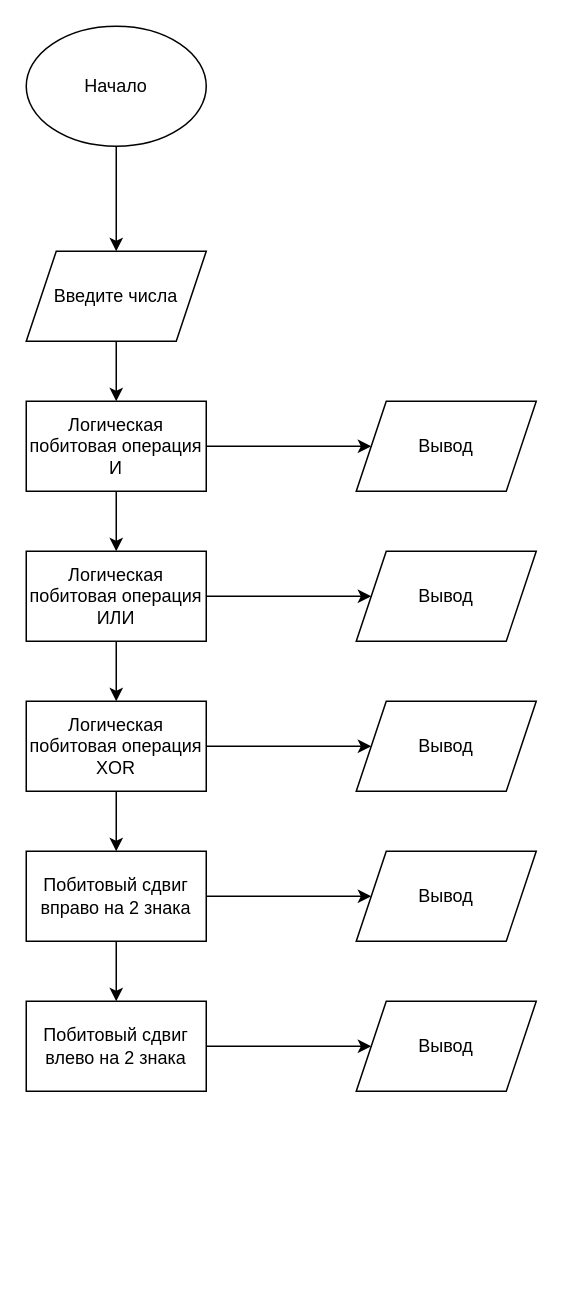
Chromatograp/Lesson-1-Algorithms keeps this draw.io diagram as Task_1.drawio. Above is the earlier version. Source tidied: cells renumbered, new cells numbered last; positions are measured from the earlier drawing's top-left corner, leaving out a move shared by most shapes. Both pictures are drawn from the tidied source at 150%, with x=0, y=0 at pixel (26, 26).
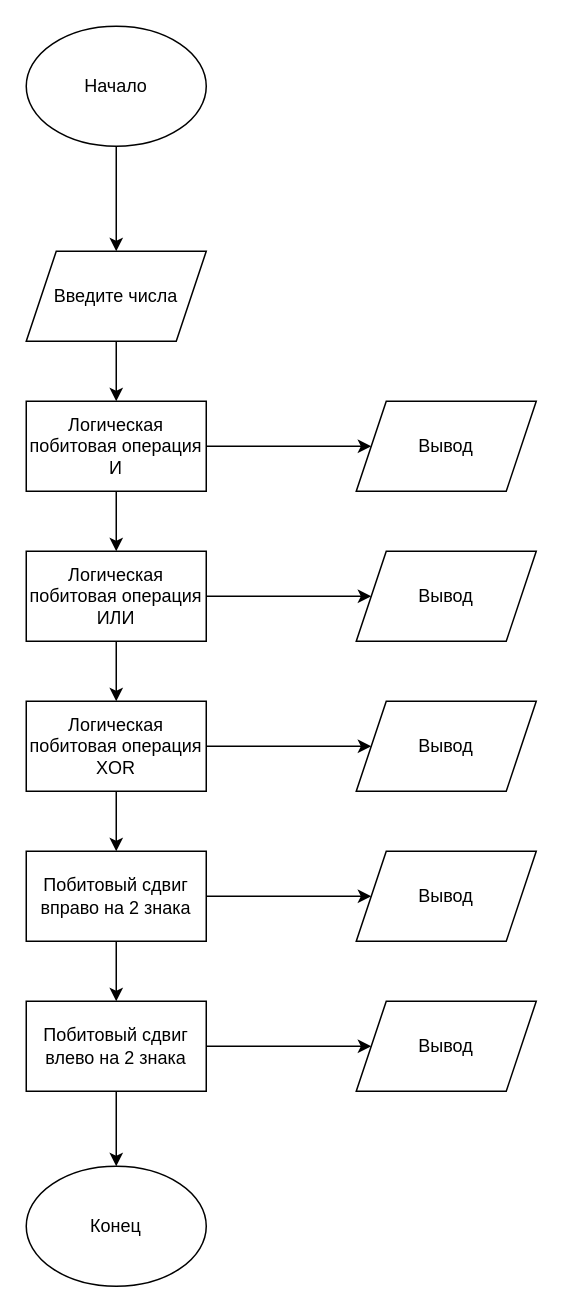
Above is the later version.

Unchanged cells that the change refers to:
```xml
<mxCell id="19" value="Побитовый сдвиг влево на 2 знака" style="rounded=0;whiteSpace=wrap;html=1;" parent="1" vertex="1">
  <mxGeometry y="650" width="120" height="60" as="geometry" />
</mxCell>
```

Change to the diagram source:
```diff
@@
+    <mxCell id="25" style="edgeStyle=orthogonalEdgeStyle;rounded=0;jettySize=auto;html=1;entryX=0.5;entryY=0;entryDx=0;entryDy=0;" parent="1" edge="1" source="19" target="26">
+      <mxGeometry relative="1" as="geometry" />
+    </mxCell>
@@
+    <mxCell id="26" value="Конец" style="ellipse;whiteSpace=wrap;html=1;" parent="1" vertex="1">
+      <mxGeometry y="760" width="120" height="80" as="geometry" />
+    </mxCell>
```
